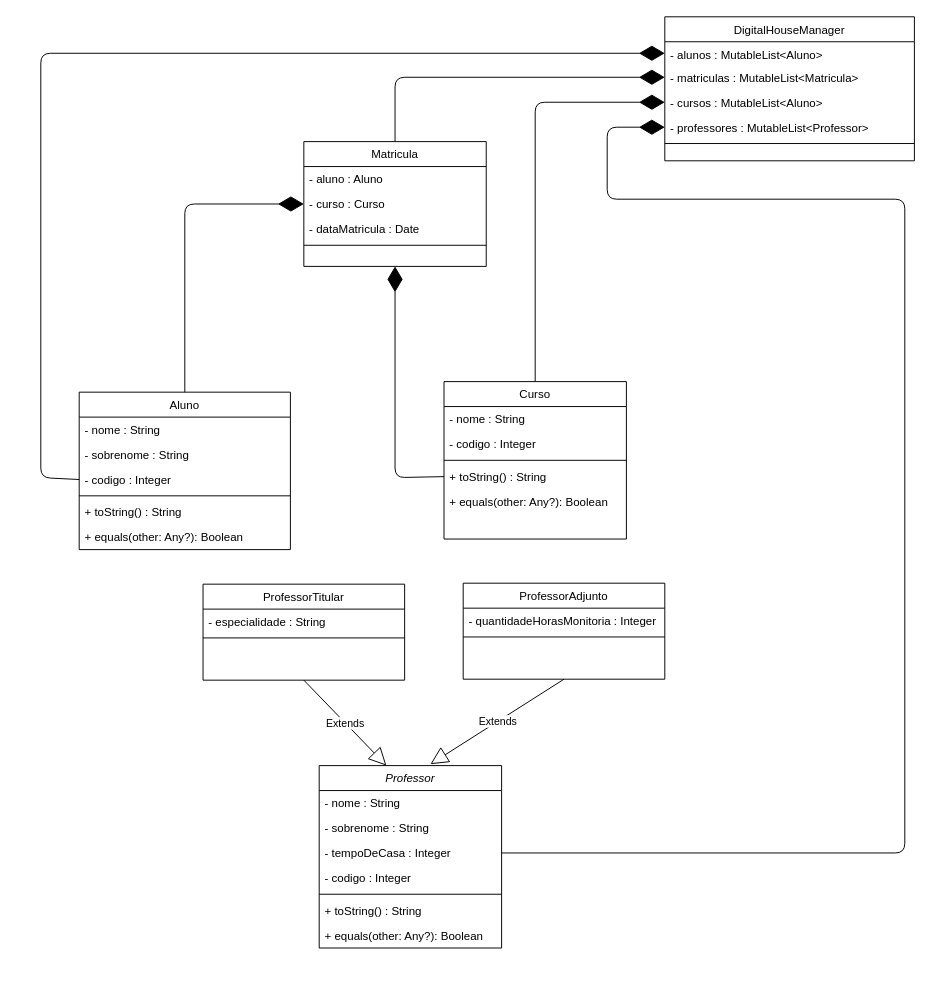
Before: desafio.drawio in mariliamessias/digital_house_kotlin_desafio1, a draw.io diagram. Source tidied: cells renumbered, new cells numbered last; positions are measured from the earlier drawing's top-left corner, leaving out a move shared by most shapes. Both pictures are drawn from the tidied source at 96%, with x=0, y=0 at pixel (40, 16).
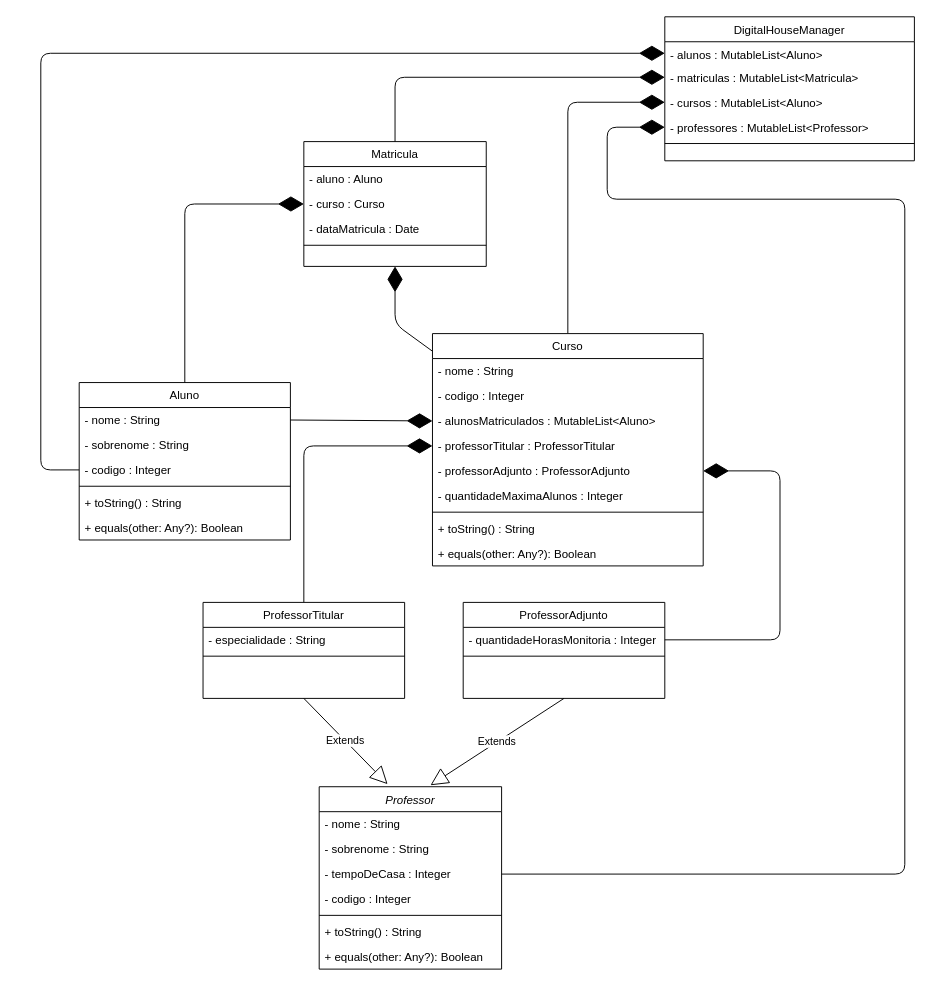
The same diagram, later.

Commit message (it also covers changes not shown here):
change class Curso

Unchanged cells that the change refers to:
```xml
<mxCell id="5" value="- tempoDeCasa : Integer" style="text;align=left;verticalAlign=top;spacingLeft=4;spacingRight=4;overflow=hidden;points=[[0,0.5],[1,0.5]];portConstraint=eastwest;rounded=0;shadow=0;html=0;" parent="2" vertex="1">
  <mxGeometry y="78" width="190" height="26" as="geometry" />
</mxCell>
<mxCell id="12" value="Matricula" style="swimlane;fontStyle=0;align=center;verticalAlign=top;horizontal=1;startSize=26;rounded=0;shadow=0;strokeWidth=1;" parent="1" vertex="1">
  <mxGeometry x="274" y="130" width="190" height="130" as="geometry" />
</mxCell>
<mxCell id="18" value="- nome : String" style="text;align=left;verticalAlign=top;spacingLeft=4;spacingRight=4;overflow=hidden;points=[[0,0.5],[1,0.5]];portConstraint=eastwest;" parent="17" vertex="1">
  <mxGeometry y="26" width="220" height="26" as="geometry" />
</mxCell>
<mxCell id="20" value="- codigo : Integer" style="text;align=left;verticalAlign=top;spacingLeft=4;spacingRight=4;overflow=hidden;points=[[0,0.5],[1,0.5]];portConstraint=eastwest;rounded=0;shadow=0;html=0;" parent="17" vertex="1">
  <mxGeometry y="78" width="220" height="26" as="geometry" />
</mxCell>
<mxCell id="33" value="- alunos : MutableList&lt;Aluno&gt;" style="text;align=left;verticalAlign=top;spacingLeft=4;spacingRight=4;overflow=hidden;points=[[0,0.5],[1,0.5]];portConstraint=eastwest;" parent="32" vertex="1">
  <mxGeometry y="26" width="260" height="24" as="geometry" />
</mxCell>
<mxCell id="35" value="- cursos : MutableList&lt;Aluno&gt;" style="text;align=left;verticalAlign=top;spacingLeft=4;spacingRight=4;overflow=hidden;points=[[0,0.5],[1,0.5]];portConstraint=eastwest;rounded=0;shadow=0;html=0;" parent="32" vertex="1">
  <mxGeometry y="76" width="260" height="26" as="geometry" />
</mxCell>
<mxCell id="36" value="- professores : MutableList&lt;Professor&gt;" style="text;align=left;verticalAlign=top;spacingLeft=4;spacingRight=4;overflow=hidden;points=[[0,0.5],[1,0.5]];portConstraint=eastwest;rounded=0;shadow=0;html=0;" parent="32" vertex="1">
  <mxGeometry y="102" width="260" height="26" as="geometry" />
</mxCell>
<mxCell id="43" value="- quantidadeHorasMonitoria : Integer" style="text;align=left;verticalAlign=top;spacingLeft=4;spacingRight=4;overflow=hidden;points=[[0,0.5],[1,0.5]];portConstraint=eastwest;" parent="42" vertex="1">
  <mxGeometry y="26" width="210" height="26" as="geometry" />
</mxCell>
```

What changed in the source:
```diff
@@
     <mxCell id="2" value="Professor" style="swimlane;fontStyle=2;align=center;verticalAlign=top;horizontal=1;startSize=26;rounded=0;shadow=0;strokeWidth=1;" parent="1" vertex="1">
-      <mxGeometry x="290" y="780" width="190" height="190" as="geometry" />
+      <mxGeometry x="290" y="802" width="190" height="190" as="geometry" />
     </mxCell>
@@
-    <mxCell id="10" value="Extends" style="endArrow=block;endSize=16;endFill=0;html=1;exitX=0.5;exitY=1;exitDx=0;exitDy=0;" parent="1" edge="1" source="45">
-      <mxGeometry relative="1" as="geometry">
-        <mxPoint x="360" y="780" as="targetPoint" />
-      </mxGeometry>
+    <mxCell id="10" value="Extends" style="endArrow=block;endSize=16;endFill=0;html=1;exitX=0.5;exitY=1;exitDx=0;exitDy=0;entryX=0.375;entryY=-0.014;entryDx=0;entryDy=0;entryPerimeter=0;" parent="1" edge="1" source="45" target="2">
+      <mxGeometry relative="1" as="geometry" />
     </mxCell>
@@
     <mxCell id="17" value="Aluno" style="swimlane;fontStyle=0;align=center;verticalAlign=top;horizontal=1;startSize=26;rounded=0;shadow=0;strokeWidth=1;" parent="1" vertex="1">
-      <mxGeometry x="40" y="391" width="220" height="164" as="geometry" />
+      <mxGeometry x="40" y="381" width="220" height="164" as="geometry" />
     </mxCell>
@@
-    <mxCell id="25" style="endArrow=diamondThin;endFill=1;endSize=24;html=1;entryX=0.5;entryY=1;entryDx=0;entryDy=0;exitX=0;exitY=0.5;exitDx=0;exitDy=0;" parent="1" edge="1" source="30" target="12">
+    <mxCell id="25" style="endArrow=diamondThin;endFill=1;endSize=24;html=1;entryX=0.5;entryY=1;entryDx=0;entryDy=0;" parent="1" edge="1" source="26" target="12">
       <mxGeometry relative="1" as="geometry">
         <Array as="points">
-          <mxPoint x="369" y="480" />
+          <mxPoint x="369" y="320" />
         </Array>
       </mxGeometry>
     </mxCell>
-    <mxCell id="26" value="Curso" style="swimlane;fontStyle=0;align=center;verticalAlign=top;horizontal=1;startSize=26;rounded=0;shadow=0;strokeWidth=1;" parent="1" vertex="1">
-      <mxGeometry x="420" y="380" width="190" height="164" as="geometry" />
-    </mxCell>
-    <mxCell id="27" value="- nome : String" style="text;align=left;verticalAlign=top;spacingLeft=4;spacingRight=4;overflow=hidden;" parent="26" vertex="1">
-      <mxGeometry y="26" width="190" height="26" as="geometry" />
-    </mxCell>
-    <mxCell id="28" value="- codigo : Integer" style="text;align=left;verticalAlign=top;spacingLeft=4;spacingRight=4;overflow=hidden;rounded=0;shadow=0;html=0;" parent="26" vertex="1">
-      <mxGeometry y="52" width="190" height="26" as="geometry" />
-    </mxCell>
-    <mxCell id="29" style="line;html=1;strokeWidth=1;align=left;verticalAlign=middle;spacingTop=-1;spacingLeft=3;spacingRight=3;labelPosition=right;" parent="26" vertex="1">
-      <mxGeometry y="78" width="190" height="8" as="geometry" />
-    </mxCell>
-    <mxCell id="30" value="+ toString() : String" style="text;align=left;verticalAlign=top;spacingLeft=4;spacingRight=4;overflow=hidden;points=[[0,0.5],[1,0.5]];portConstraint=eastwest;" parent="26" vertex="1">
-      <mxGeometry y="86" width="190" height="26" as="geometry" />
-    </mxCell>
-    <mxCell id="31" value="+ equals(other: Any?): Boolean" style="text;align=left;verticalAlign=top;spacingLeft=4;spacingRight=4;overflow=hidden;" parent="26" vertex="1">
-      <mxGeometry y="112" width="190" height="26" as="geometry" />
-    </mxCell>
@@
     <mxCell id="38" style="endArrow=diamondThin;endFill=1;endSize=24;html=1;entryX=0;entryY=0.5;entryDx=0;entryDy=0;exitX=0;exitY=0.5;exitDx=0;exitDy=0;" parent="1" edge="1" source="20" target="33">
       <mxGeometry relative="1" as="geometry">
         <Array as="points">
-          <mxPoint y="480" />
+          <mxPoint y="472" />
           <mxPoint y="38" />
         </Array>
       </mxGeometry>
     </mxCell>
     <mxCell id="39" style="endArrow=diamondThin;endFill=1;endSize=24;html=1;entryX=0;entryY=0.5;entryDx=0;entryDy=0;exitX=0.5;exitY=0;exitDx=0;exitDy=0;" parent="1" edge="1" source="26" target="35">
       <mxGeometry relative="1" as="geometry">
         <Array as="points">
-          <mxPoint x="515" y="89" />
+          <mxPoint x="549" y="89" />
         </Array>
       </mxGeometry>
     </mxCell>
     <mxCell id="40" style="endArrow=diamondThin;endFill=1;endSize=24;html=1;exitX=1;exitY=0.5;exitDx=0;exitDy=0;entryX=0;entryY=0.5;entryDx=0;entryDy=0;" parent="1" edge="1" source="5" target="36">
       <mxGeometry relative="1" as="geometry">
         <Array as="points">
-          <mxPoint x="900" y="871" />
+          <mxPoint x="900" y="893" />
           <mxPoint x="900" y="190" />
           <mxPoint x="590" y="190" />
           <mxPoint x="590" y="115" />
         </Array>
       </mxGeometry>
     </mxCell>
@@
+    <mxCell id="26" value="Curso" style="swimlane;fontStyle=0;align=center;verticalAlign=top;horizontal=1;startSize=26;rounded=0;shadow=0;strokeWidth=1;" parent="1" vertex="1">
+      <mxGeometry x="408" y="330" width="282" height="242" as="geometry" />
+    </mxCell>
+    <mxCell id="27" value="- nome : String" style="text;align=left;verticalAlign=top;spacingLeft=4;spacingRight=4;overflow=hidden;" parent="26" vertex="1">
+      <mxGeometry y="26" width="282" height="26" as="geometry" />
+    </mxCell>
+    <mxCell id="28" value="- codigo : Integer" style="text;align=left;verticalAlign=top;spacingLeft=4;spacingRight=4;overflow=hidden;rounded=0;shadow=0;html=0;" parent="26" vertex="1">
+      <mxGeometry y="52" width="282" height="26" as="geometry" />
+    </mxCell>
+    <mxCell id="48" value="- alunosMatriculados : MutableList&lt;Aluno&gt;" style="text;align=left;verticalAlign=top;spacingLeft=4;spacingRight=4;overflow=hidden;points=[[0,0.5],[1,0.5]];portConstraint=eastwest;rounded=0;shadow=0;html=0;" parent="26" vertex="1">
+      <mxGeometry y="78" width="282" height="26" as="geometry" />
+    </mxCell>
+    <mxCell id="49" value="- professorTitular : ProfessorTitular" style="text;align=left;verticalAlign=top;spacingLeft=4;spacingRight=4;overflow=hidden;points=[[0,0.5],[1,0.5]];portConstraint=eastwest;rounded=0;shadow=0;html=0;" parent="26" vertex="1">
+      <mxGeometry y="104" width="282" height="26" as="geometry" />
+    </mxCell>
+    <mxCell id="50" value="- professorAdjunto : ProfessorAdjunto" style="text;align=left;verticalAlign=top;spacingLeft=4;spacingRight=4;overflow=hidden;points=[[0,0.5],[1,0.5]];portConstraint=eastwest;rounded=0;shadow=0;html=0;" parent="26" vertex="1">
+      <mxGeometry y="130" width="282" height="26" as="geometry" />
+    </mxCell>
+    <mxCell id="51" value="- quantidadeMaximaAlunos : Integer" style="text;align=left;verticalAlign=top;spacingLeft=4;spacingRight=4;overflow=hidden;rounded=0;shadow=0;html=0;" parent="26" vertex="1">
+      <mxGeometry y="156" width="282" height="26" as="geometry" />
+    </mxCell>
+    <mxCell id="29" style="line;html=1;strokeWidth=1;align=left;verticalAlign=middle;spacingTop=-1;spacingLeft=3;spacingRight=3;labelPosition=right;" parent="26" vertex="1">
+      <mxGeometry y="182" width="282" height="8" as="geometry" />
+    </mxCell>
+    <mxCell id="30" value="+ toString() : String" style="text;align=left;verticalAlign=top;spacingLeft=4;spacingRight=4;overflow=hidden;points=[[0,0.5],[1,0.5]];portConstraint=eastwest;" parent="26" vertex="1">
+      <mxGeometry y="190" width="282" height="26" as="geometry" />
+    </mxCell>
+    <mxCell id="31" value="+ equals(other: Any?): Boolean" style="text;align=left;verticalAlign=top;spacingLeft=4;spacingRight=4;overflow=hidden;" parent="26" vertex="1">
+      <mxGeometry y="216" width="282" height="26" as="geometry" />
+    </mxCell>
+    <mxCell id="52" style="endArrow=diamondThin;endFill=1;endSize=24;html=1;exitX=1;exitY=0.5;exitDx=0;exitDy=0;entryX=0;entryY=0.5;entryDx=0;entryDy=0;" parent="1" edge="1" source="18" target="48">
+      <mxGeometry relative="1" as="geometry" />
+    </mxCell>
+    <mxCell id="53" style="endArrow=diamondThin;endFill=1;endSize=24;html=1;exitX=0.5;exitY=0;exitDx=0;exitDy=0;entryX=0;entryY=0.5;entryDx=0;entryDy=0;" parent="1" edge="1" source="45" target="49">
+      <mxGeometry relative="1" as="geometry">
+        <Array as="points">
+          <mxPoint x="274" y="447" />
+        </Array>
+      </mxGeometry>
+    </mxCell>
+    <mxCell id="45" value="ProfessorTitular" style="swimlane;fontStyle=0;align=center;verticalAlign=top;horizontal=1;startSize=26;rounded=0;shadow=0;strokeWidth=1;" parent="1" vertex="1">
+      <mxGeometry x="169" y="610" width="210" height="100" as="geometry" />
+    </mxCell>
+    <mxCell id="46" value="- especialidade : String" style="text;align=left;verticalAlign=top;spacingLeft=4;spacingRight=4;overflow=hidden;" parent="45" vertex="1">
+      <mxGeometry y="26" width="210" height="26" as="geometry" />
+    </mxCell>
+    <mxCell id="47" style="line;html=1;strokeWidth=1;align=left;verticalAlign=middle;spacingTop=-1;spacingLeft=3;spacingRight=3;labelPosition=right;" parent="45" vertex="1">
+      <mxGeometry y="52" width="210" height="8" as="geometry" />
+    </mxCell>
     <mxCell id="42" value="ProfessorAdjunto" style="swimlane;fontStyle=0;align=center;verticalAlign=top;horizontal=1;startSize=26;rounded=0;shadow=0;strokeWidth=1;" parent="1" vertex="1">
-      <mxGeometry x="440" y="590" width="210" height="100" as="geometry" />
+      <mxGeometry x="440" y="610" width="210" height="100" as="geometry" />
     </mxCell>
@@
-    <mxCell id="45" value="ProfessorTitular" style="swimlane;fontStyle=0;align=center;verticalAlign=top;horizontal=1;startSize=26;rounded=0;shadow=0;strokeWidth=1;" parent="1" vertex="1">
-      <mxGeometry x="169" y="591" width="210" height="100" as="geometry" />
-    </mxCell>
-    <mxCell id="46" value="- especialidade : String" style="text;align=left;verticalAlign=top;spacingLeft=4;spacingRight=4;overflow=hidden;" parent="45" vertex="1">
-      <mxGeometry y="26" width="210" height="26" as="geometry" />
-    </mxCell>
-    <mxCell id="47" style="line;html=1;strokeWidth=1;align=left;verticalAlign=middle;spacingTop=-1;spacingLeft=3;spacingRight=3;labelPosition=right;" parent="45" vertex="1">
-      <mxGeometry y="52" width="210" height="8" as="geometry" />
-    </mxCell>
+    <mxCell id="54" style="endArrow=diamondThin;endFill=1;endSize=24;html=1;entryX=1;entryY=0.5;entryDx=0;entryDy=0;exitX=1;exitY=0.5;exitDx=0;exitDy=0;" parent="1" edge="1" source="43" target="50">
+      <mxGeometry relative="1" as="geometry">
+        <Array as="points">
+          <mxPoint x="770" y="649" />
+          <mxPoint x="770" y="473" />
+        </Array>
+      </mxGeometry>
+    </mxCell>
```
